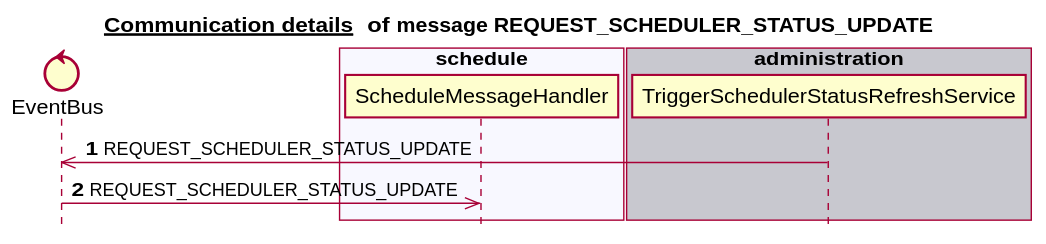
mercedes-benz/sechub keeps this PlantUML diagram as docs/latest/images/gen_domain_messaging_request_scheduler_status_update.svg. Above is the earlier version. Its diagram source:
```plantuml
@startuml


title __Communication details __ of **message REQUEST_SCHEDULER_STATUS_UPDATE**
skinparam style strictuml


control EventBus
box "scan" #C8C8CF
end box
box "schedule" #F8F8FF
   participant ScheduleMessageHandler
end box
box "authorization" #C8C8CF
end box
box "notification" #F8F8FF
end box
box "administration" #C8C8CF
   participant TriggerSchedulerStatusRefreshService
end box
autonumber 1
TriggerSchedulerStatusRefreshService ->> EventBus:REQUEST_SCHEDULER_STATUS_UPDATE
EventBus ->> ScheduleMessageHandler:REQUEST_SCHEDULER_STATUS_UPDATE
autonumber stop


@enduml
```
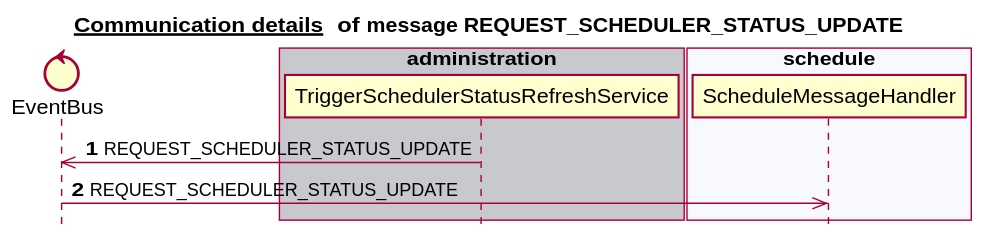
Later version of the same file.

Diff of the diagram source:
```diff
@@ -6,17 +6,17 @@
 
 
 control EventBus
-box "scan" #C8C8CF
+box "authorization" #C8C8CF
+end box
+box "scan" #F8F8FF
+end box
+box "administration" #C8C8CF
+   participant TriggerSchedulerStatusRefreshService
 end box
 box "schedule" #F8F8FF
    participant ScheduleMessageHandler
 end box
-box "authorization" #C8C8CF
-end box
-box "notification" #F8F8FF
-end box
-box "administration" #C8C8CF
-   participant TriggerSchedulerStatusRefreshService
+box "notification" #C8C8CF
 end box
 autonumber 1
 TriggerSchedulerStatusRefreshService ->> EventBus:REQUEST_SCHEDULER_STATUS_UPDATE
```
